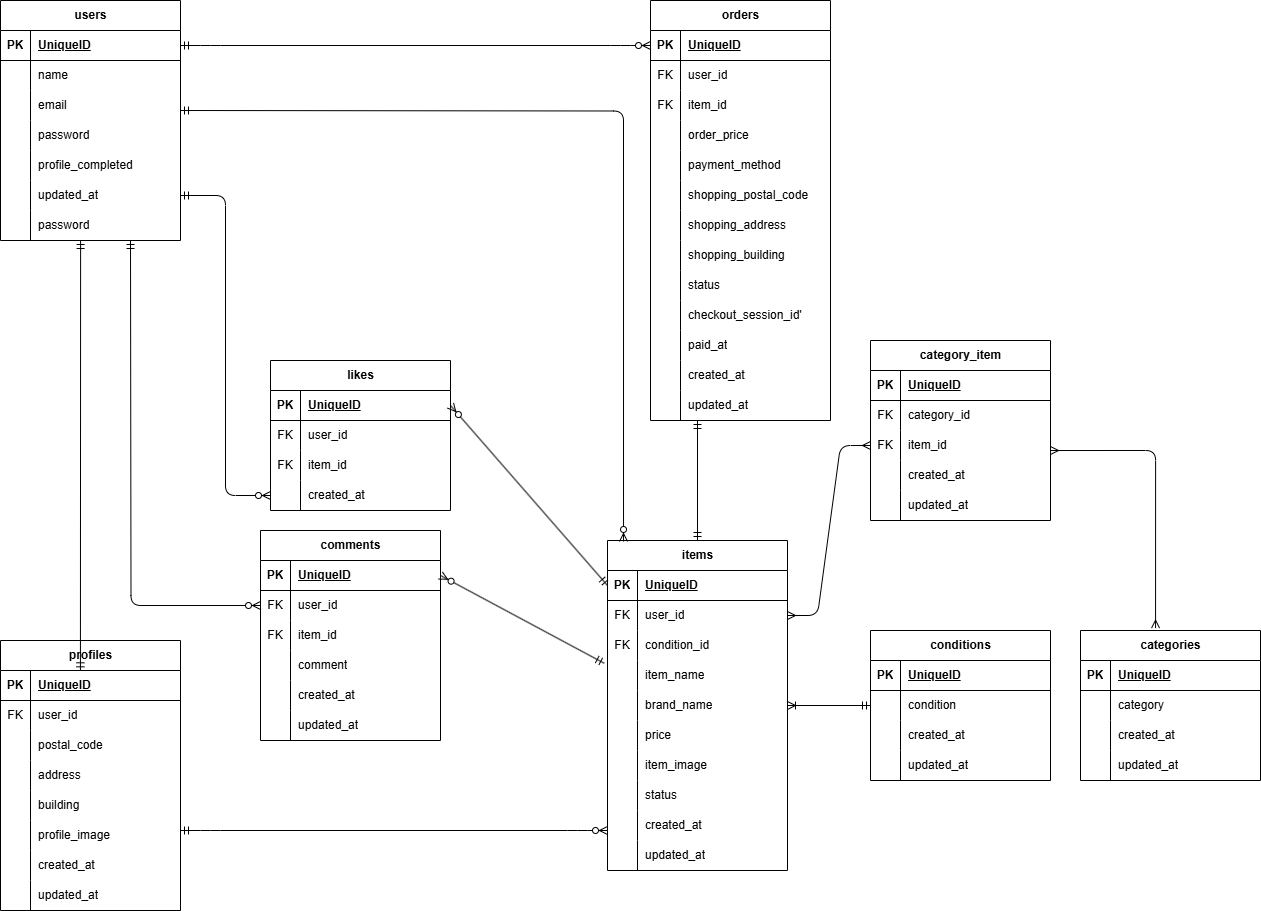
kenta-10043/coachtech-flea keeps this draw.io diagram as flea.drawio.png. Above is the earlier version. Source tidied: cells renumbered, new cells last; positions are measured from the earlier drawing's top-left corner, leaving out a move shared by most shapes.
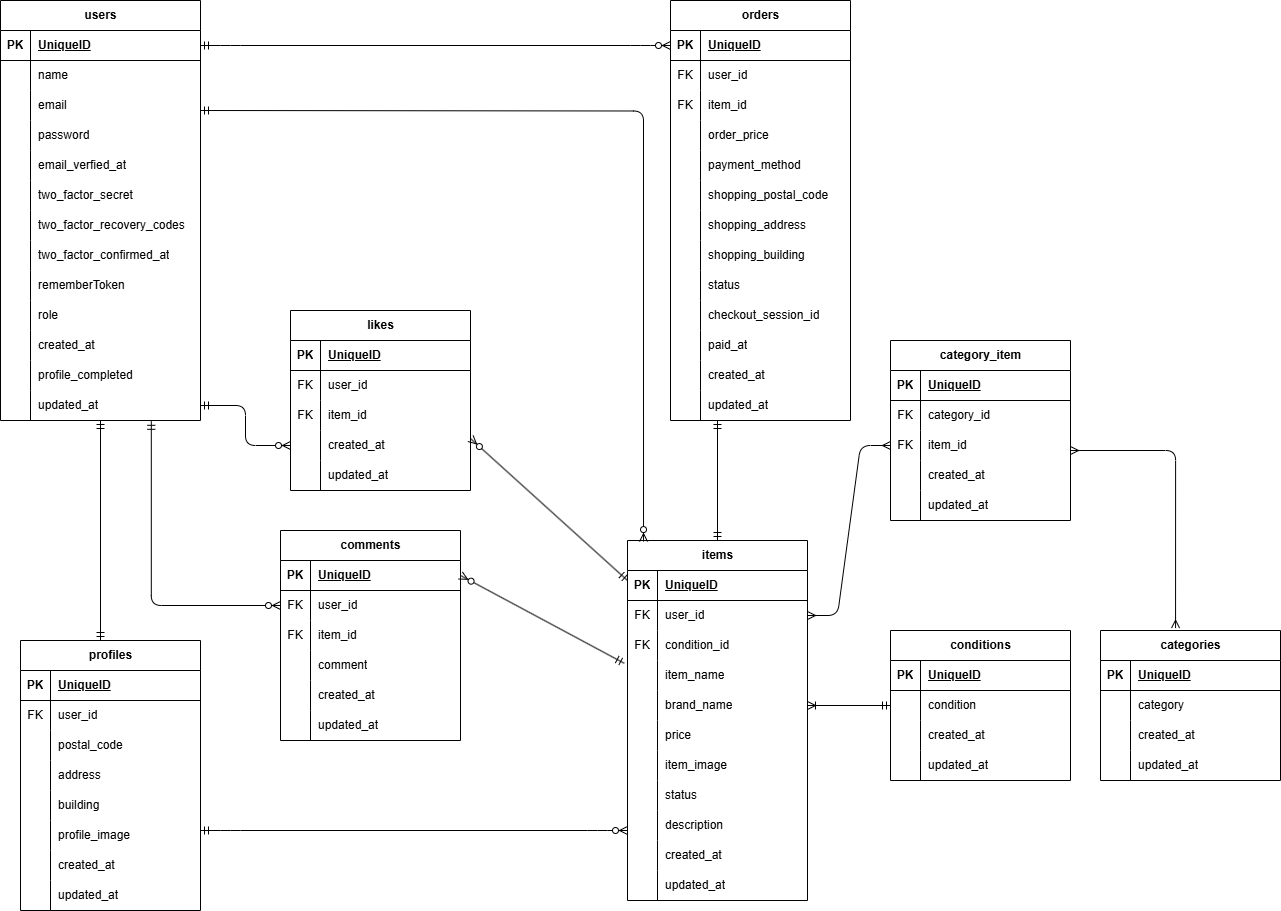
The same file after the commit.

Change to the diagram source:
```diff
@@ -5,6 +5,6 @@
     <mxCell id="2" value="users" style="shape=table;startSize=30;rowLines=0;fontStyle=1;align=center;html=1;" parent="1" vertex="1">
-      <mxGeometry width="180" height="240" as="geometry" />
+      <mxGeometry x="-20" width="200" height="420" as="geometry" />
     </mxCell>
     <mxCell id="3" style="shape=tableRow;horizontal=0;startSize=0;swimlaneHead=0;swimlaneBody=0;fillColor=none;points=[[0,0.5],[1,0.5]];portConstraint=eastwest;top=0;left=0;right=0;bottom=1;" parent="2" vertex="1">
-      <mxGeometry y="30" width="180" height="30" as="geometry" />
+      <mxGeometry y="30" width="200" height="30" as="geometry" />
     </mxCell>
@@ -14,6 +14,6 @@
     <mxCell id="5" value="UniqueID" style="shape=partialRectangle;fillColor=none;top=0;left=0;bottom=0;right=0;align=left;spacingLeft=6;fontStyle=5;overflow=hidden;whiteSpace=wrap;html=1;" parent="3" vertex="1">
-      <mxGeometry x="30" width="150" height="30" as="geometry" />
+      <mxGeometry x="30" width="170" height="30" as="geometry" />
     </mxCell>
     <mxCell id="6" style="shape=tableRow;horizontal=0;startSize=0;swimlaneHead=0;swimlaneBody=0;fillColor=none;top=0;left=0;right=0;bottom=0;" parent="2" vertex="1">
-      <mxGeometry y="60" width="180" height="30" as="geometry" />
+      <mxGeometry y="60" width="200" height="30" as="geometry" />
     </mxCell>
@@ -23,6 +23,6 @@
     <mxCell id="8" value="name" style="shape=partialRectangle;fillColor=none;top=0;left=0;bottom=0;right=0;align=left;spacingLeft=6;overflow=hidden;whiteSpace=wrap;html=1;" parent="6" vertex="1">
-      <mxGeometry x="30" width="150" height="30" as="geometry" />
+      <mxGeometry x="30" width="170" height="30" as="geometry" />
     </mxCell>
     <mxCell id="9" style="shape=tableRow;horizontal=0;startSize=0;swimlaneHead=0;swimlaneBody=0;fillColor=none;top=0;left=0;right=0;bottom=0;" parent="2" vertex="1">
-      <mxGeometry y="90" width="180" height="30" as="geometry" />
+      <mxGeometry y="90" width="200" height="30" as="geometry" />
     </mxCell>
@@ -32,6 +32,6 @@
     <mxCell id="11" value="email" style="shape=partialRectangle;fillColor=none;top=0;left=0;bottom=0;right=0;align=left;spacingLeft=6;overflow=hidden;whiteSpace=wrap;html=1;" parent="9" vertex="1">
-      <mxGeometry x="30" width="150" height="30" as="geometry" />
+      <mxGeometry x="30" width="170" height="30" as="geometry" />
     </mxCell>
     <mxCell id="12" style="shape=tableRow;horizontal=0;startSize=0;swimlaneHead=0;swimlaneBody=0;fillColor=none;top=0;left=0;right=0;bottom=0;" parent="2" vertex="1">
-      <mxGeometry y="120" width="180" height="30" as="geometry" />
+      <mxGeometry y="120" width="200" height="30" as="geometry" />
     </mxCell>
@@ -41,6 +41,69 @@
     <mxCell id="14" value="password" style="shape=partialRectangle;fillColor=none;top=0;left=0;bottom=0;right=0;align=left;spacingLeft=6;overflow=hidden;whiteSpace=wrap;html=1;" parent="12" vertex="1">
-      <mxGeometry x="30" width="150" height="30" as="geometry" />
+      <mxGeometry x="30" width="170" height="30" as="geometry" />
     </mxCell>
+    <mxCell id="206" style="shape=tableRow;horizontal=0;startSize=0;swimlaneHead=0;swimlaneBody=0;fillColor=none;top=0;left=0;right=0;bottom=0;" parent="2" vertex="1">
+      <mxGeometry y="150" width="200" height="30" as="geometry" />
+    </mxCell>
+    <mxCell id="207" style="shape=partialRectangle;fillColor=none;top=0;left=0;bottom=0;right=0;overflow=hidden;whiteSpace=wrap;html=1;" parent="206" vertex="1">
+      <mxGeometry width="30" height="30" as="geometry" />
+    </mxCell>
+    <mxCell id="208" value="email_verfied_at" style="shape=partialRectangle;fillColor=none;top=0;left=0;bottom=0;right=0;align=left;spacingLeft=6;overflow=hidden;whiteSpace=wrap;html=1;" parent="206" vertex="1">
+      <mxGeometry x="30" width="170" height="30" as="geometry" />
+    </mxCell>
+    <mxCell id="209" style="shape=tableRow;horizontal=0;startSize=0;swimlaneHead=0;swimlaneBody=0;fillColor=none;top=0;left=0;right=0;bottom=0;" parent="2" vertex="1">
+      <mxGeometry y="180" width="200" height="30" as="geometry" />
+    </mxCell>
+    <mxCell id="210" style="shape=partialRectangle;fillColor=none;top=0;left=0;bottom=0;right=0;overflow=hidden;whiteSpace=wrap;html=1;" parent="209" vertex="1">
+      <mxGeometry width="30" height="30" as="geometry" />
+    </mxCell>
+    <mxCell id="211" value="two_factor_secret" style="shape=partialRectangle;fillColor=none;top=0;left=0;bottom=0;right=0;align=left;spacingLeft=6;overflow=hidden;whiteSpace=wrap;html=1;" parent="209" vertex="1">
+      <mxGeometry x="30" width="170" height="30" as="geometry" />
+    </mxCell>
+    <mxCell id="212" style="shape=tableRow;horizontal=0;startSize=0;swimlaneHead=0;swimlaneBody=0;fillColor=none;top=0;left=0;right=0;bottom=0;" parent="2" vertex="1">
+      <mxGeometry y="210" width="200" height="30" as="geometry" />
+    </mxCell>
+    <mxCell id="213" style="shape=partialRectangle;fillColor=none;top=0;left=0;bottom=0;right=0;overflow=hidden;whiteSpace=wrap;html=1;" parent="212" vertex="1">
+      <mxGeometry width="30" height="30" as="geometry" />
+    </mxCell>
+    <mxCell id="214" value="two_factor_recovery_codes" style="shape=partialRectangle;fillColor=none;top=0;left=0;bottom=0;right=0;align=left;spacingLeft=6;overflow=hidden;whiteSpace=wrap;html=1;" parent="212" vertex="1">
+      <mxGeometry x="30" width="170" height="30" as="geometry" />
+    </mxCell>
+    <mxCell id="215" style="shape=tableRow;horizontal=0;startSize=0;swimlaneHead=0;swimlaneBody=0;fillColor=none;top=0;left=0;right=0;bottom=0;" parent="2" vertex="1">
+      <mxGeometry y="240" width="200" height="30" as="geometry" />
+    </mxCell>
+    <mxCell id="216" style="shape=partialRectangle;fillColor=none;top=0;left=0;bottom=0;right=0;overflow=hidden;whiteSpace=wrap;html=1;" parent="215" vertex="1">
+      <mxGeometry width="30" height="30" as="geometry" />
+    </mxCell>
+    <mxCell id="217" value="two_factor_confirmed_at" style="shape=partialRectangle;fillColor=none;top=0;left=0;bottom=0;right=0;align=left;spacingLeft=6;overflow=hidden;whiteSpace=wrap;html=1;" parent="215" vertex="1">
+      <mxGeometry x="30" width="170" height="30" as="geometry" />
+    </mxCell>
+    <mxCell id="218" style="shape=tableRow;horizontal=0;startSize=0;swimlaneHead=0;swimlaneBody=0;fillColor=none;top=0;left=0;right=0;bottom=0;" parent="2" vertex="1">
+      <mxGeometry y="270" width="200" height="30" as="geometry" />
+    </mxCell>
+    <mxCell id="219" style="shape=partialRectangle;fillColor=none;top=0;left=0;bottom=0;right=0;overflow=hidden;whiteSpace=wrap;html=1;" parent="218" vertex="1">
+      <mxGeometry width="30" height="30" as="geometry" />
+    </mxCell>
+    <mxCell id="220" value="rememberToken" style="shape=partialRectangle;fillColor=none;top=0;left=0;bottom=0;right=0;align=left;spacingLeft=6;overflow=hidden;whiteSpace=wrap;html=1;" parent="218" vertex="1">
+      <mxGeometry x="30" width="170" height="30" as="geometry" />
+    </mxCell>
+    <mxCell id="221" style="shape=tableRow;horizontal=0;startSize=0;swimlaneHead=0;swimlaneBody=0;fillColor=none;top=0;left=0;right=0;bottom=0;" parent="2" vertex="1">
+      <mxGeometry y="300" width="200" height="30" as="geometry" />
+    </mxCell>
+    <mxCell id="222" style="shape=partialRectangle;fillColor=none;top=0;left=0;bottom=0;right=0;overflow=hidden;whiteSpace=wrap;html=1;" parent="221" vertex="1">
+      <mxGeometry width="30" height="30" as="geometry" />
+    </mxCell>
+    <mxCell id="223" value="role" style="shape=partialRectangle;fillColor=none;top=0;left=0;bottom=0;right=0;align=left;spacingLeft=6;overflow=hidden;whiteSpace=wrap;html=1;" parent="221" vertex="1">
+      <mxGeometry x="30" width="170" height="30" as="geometry" />
+    </mxCell>
+    <mxCell id="21" style="shape=tableRow;horizontal=0;startSize=0;swimlaneHead=0;swimlaneBody=0;fillColor=none;top=0;left=0;right=0;bottom=0;" parent="2" vertex="1">
+      <mxGeometry y="330" width="200" height="30" as="geometry" />
+    </mxCell>
+    <mxCell id="22" style="shape=partialRectangle;fillColor=none;top=0;left=0;bottom=0;right=0;overflow=hidden;whiteSpace=wrap;html=1;" parent="21" vertex="1">
+      <mxGeometry width="30" height="30" as="geometry" />
+    </mxCell>
+    <mxCell id="23" value="created_at" style="shape=partialRectangle;fillColor=none;top=0;left=0;bottom=0;right=0;align=left;spacingLeft=6;overflow=hidden;whiteSpace=wrap;html=1;" parent="21" vertex="1">
+      <mxGeometry x="30" width="170" height="30" as="geometry" />
+    </mxCell>
     <mxCell id="15" style="shape=tableRow;horizontal=0;startSize=0;swimlaneHead=0;swimlaneBody=0;fillColor=none;top=0;left=0;right=0;bottom=0;" parent="2" vertex="1">
-      <mxGeometry y="150" width="180" height="30" as="geometry" />
+      <mxGeometry y="360" width="200" height="30" as="geometry" />
     </mxCell>
@@ -50,6 +113,6 @@
     <mxCell id="17" value="profile_completed" style="shape=partialRectangle;fillColor=none;top=0;left=0;bottom=0;right=0;align=left;spacingLeft=6;overflow=hidden;whiteSpace=wrap;html=1;" parent="15" vertex="1">
-      <mxGeometry x="30" width="150" height="30" as="geometry" />
+      <mxGeometry x="30" width="170" height="30" as="geometry" />
     </mxCell>
     <mxCell id="18" style="shape=tableRow;horizontal=0;startSize=0;swimlaneHead=0;swimlaneBody=0;fillColor=none;points=[[0,0.5],[1,0.5]];portConstraint=eastwest;top=0;left=0;right=0;bottom=0;" parent="2" vertex="1">
-      <mxGeometry y="180" width="180" height="30" as="geometry" />
+      <mxGeometry y="390" width="200" height="30" as="geometry" />
     </mxCell>
@@ -59,13 +122,4 @@
     <mxCell id="20" value="updated_at" style="shape=partialRectangle;fillColor=none;top=0;left=0;bottom=0;right=0;align=left;spacingLeft=6;overflow=hidden;whiteSpace=wrap;html=1;" parent="18" vertex="1">
-      <mxGeometry x="30" width="150" height="30" as="geometry" />
+      <mxGeometry x="30" width="170" height="30" as="geometry" />
     </mxCell>
-    <mxCell id="21" style="shape=tableRow;horizontal=0;startSize=0;swimlaneHead=0;swimlaneBody=0;fillColor=none;top=0;left=0;right=0;bottom=0;" parent="2" vertex="1">
-      <mxGeometry y="210" width="180" height="30" as="geometry" />
-    </mxCell>
-    <mxCell id="22" style="shape=partialRectangle;fillColor=none;top=0;left=0;bottom=0;right=0;overflow=hidden;whiteSpace=wrap;html=1;" parent="21" vertex="1">
-      <mxGeometry width="30" height="30" as="geometry" />
-    </mxCell>
-    <mxCell id="23" value="password" style="shape=partialRectangle;fillColor=none;top=0;left=0;bottom=0;right=0;align=left;spacingLeft=6;overflow=hidden;whiteSpace=wrap;html=1;" parent="21" vertex="1">
-      <mxGeometry x="30" width="150" height="30" as="geometry" />
-    </mxCell>
     <mxCell id="24" value="orders" style="shape=table;startSize=30;rowLines=0;fontStyle=1;align=center;html=1;" parent="1" vertex="1">
@@ -160,3 +214,3 @@
     </mxCell>
-    <mxCell id="54" value="checkout_session_id'" style="shape=partialRectangle;fillColor=none;top=0;left=0;bottom=0;right=0;align=left;spacingLeft=6;overflow=hidden;whiteSpace=wrap;html=1;" parent="52" vertex="1">
+    <mxCell id="54" value="checkout_session_id" style="shape=partialRectangle;fillColor=none;top=0;left=0;bottom=0;right=0;align=left;spacingLeft=6;overflow=hidden;whiteSpace=wrap;html=1;" parent="52" vertex="1">
       <mxGeometry x="30" width="150" height="30" as="geometry" />
@@ -344,3 +398,3 @@
     <mxCell id="115" value="likes" style="shape=table;startSize=30;rowLines=0;fontStyle=1;align=center;html=1;" parent="1" vertex="1">
-      <mxGeometry x="270" y="360" width="180" height="150" as="geometry" />
+      <mxGeometry x="270" y="310" width="180" height="180" as="geometry" />
     </mxCell>
@@ -382,2 +436,11 @@
     </mxCell>
+    <mxCell id="224" style="shape=tableRow;horizontal=0;startSize=0;swimlaneHead=0;swimlaneBody=0;fillColor=none;top=0;left=0;right=0;bottom=0;" parent="115" vertex="1">
+      <mxGeometry y="150" width="180" height="30" as="geometry" />
+    </mxCell>
+    <mxCell id="225" style="shape=partialRectangle;fillColor=none;top=0;left=0;bottom=0;right=0;overflow=hidden;whiteSpace=wrap;html=1;" parent="224" vertex="1">
+      <mxGeometry width="30" height="30" as="geometry" />
+    </mxCell>
+    <mxCell id="226" value="&lt;span style=&quot;color: rgb(0, 0, 0);&quot;&gt;updated_at&lt;/span&gt;" style="shape=partialRectangle;fillColor=none;top=0;left=0;bottom=0;right=0;align=left;spacingLeft=6;overflow=hidden;whiteSpace=wrap;html=1;" parent="224" vertex="1">
+      <mxGeometry x="30" width="150" height="30" as="geometry" />
+    </mxCell>
     <mxCell id="128" value="comments" style="shape=table;startSize=30;rowLines=0;fontStyle=1;align=center;html=1;" parent="1" vertex="1">
@@ -439,6 +502,6 @@
     </mxCell>
-    <mxCell id="147" style="fontSize=12;html=1;endArrow=ERmandOne;startArrow=ERmandOne;exitX=0.444;exitY=0;exitDx=0;exitDy=0;exitPerimeter=0;entryX=0.445;entryY=0.99;entryDx=0;entryDy=0;entryPerimeter=0;" parent="1" edge="1">
+    <mxCell id="147" style="fontSize=12;html=1;endArrow=ERmandOne;startArrow=ERmandOne;" parent="1" edge="1">
       <mxGeometry relative="1" as="geometry">
-        <mxPoint x="79.9" y="670.3" as="sourcePoint" />
-        <mxPoint x="80.1" y="240" as="targetPoint" />
+        <mxPoint x="80" y="640" as="sourcePoint" />
+        <mxPoint x="80" y="420" as="targetPoint" />
       </mxGeometry>
@@ -468,4 +531,6 @@
     </mxCell>
-    <mxCell id="150" style="fontSize=12;html=1;endArrow=ERzeroToMany;startArrow=ERmandOne;entryX=1;entryY=0.5;entryDx=0;entryDy=0;exitX=0;exitY=0.5;exitDx=0;exitDy=0;" parent="1" edge="1" source="170" target="116">
-      <mxGeometry relative="1" as="geometry" />
+    <mxCell id="150" style="fontSize=12;html=1;endArrow=ERzeroToMany;startArrow=ERmandOne;entryX=1;entryY=0.267;entryDx=0;entryDy=0;exitX=0;exitY=0.5;exitDx=0;exitDy=0;entryPerimeter=0;" parent="1" edge="1" target="125">
+      <mxGeometry relative="1" as="geometry">
+        <mxPoint x="607" y="580" as="sourcePoint" />
+      </mxGeometry>
     </mxCell>
@@ -528,3 +593,3 @@
     <mxCell id="169" value="items" style="shape=table;startSize=30;rowLines=0;fontStyle=1;align=center;html=1;" parent="1" vertex="1">
-      <mxGeometry x="607" y="540" width="180" height="330" as="geometry" />
+      <mxGeometry x="607" y="540" width="180" height="360" as="geometry" />
     </mxCell>
@@ -602,4 +667,13 @@
     </mxCell>
+    <mxCell id="227" style="shape=tableRow;horizontal=0;startSize=0;swimlaneHead=0;swimlaneBody=0;fillColor=none;top=0;left=0;right=0;bottom=0;" parent="169" vertex="1">
+      <mxGeometry y="270" width="180" height="30" as="geometry" />
+    </mxCell>
+    <mxCell id="228" style="shape=partialRectangle;fillColor=none;top=0;left=0;bottom=0;right=0;overflow=hidden;whiteSpace=wrap;html=1;" parent="227" vertex="1">
+      <mxGeometry width="30" height="30" as="geometry" />
+    </mxCell>
+    <mxCell id="229" value="&lt;span style=&quot;color: rgb(0, 0, 0);&quot;&gt;description&lt;/span&gt;" style="shape=partialRectangle;fillColor=none;top=0;left=0;bottom=0;right=0;align=left;spacingLeft=6;overflow=hidden;whiteSpace=wrap;html=1;" parent="227" vertex="1">
+      <mxGeometry x="30" width="150" height="30" as="geometry" />
+    </mxCell>
     <mxCell id="194" style="shape=tableRow;horizontal=0;startSize=0;swimlaneHead=0;swimlaneBody=0;fillColor=none;top=0;left=0;right=0;bottom=0;" parent="169" vertex="1">
-      <mxGeometry y="270" width="180" height="30" as="geometry" />
+      <mxGeometry y="300" width="180" height="30" as="geometry" />
     </mxCell>
@@ -612,3 +686,3 @@
     <mxCell id="197" style="shape=tableRow;horizontal=0;startSize=0;swimlaneHead=0;swimlaneBody=0;fillColor=none;top=0;left=0;right=0;bottom=0;" parent="169" vertex="1">
-      <mxGeometry y="300" width="180" height="30" as="geometry" />
+      <mxGeometry y="330" width="180" height="30" as="geometry" />
     </mxCell>
@@ -623,6 +697,4 @@
     </mxCell>
-    <mxCell id="201" style="edgeStyle=orthogonalEdgeStyle;fontSize=12;html=1;endArrow=ERzeroToMany;startArrow=ERmandOne;exitX=0.767;exitY=0.973;exitDx=0;exitDy=0;exitPerimeter=0;" parent="1" edge="1" target="132">
-      <mxGeometry relative="1" as="geometry">
-        <mxPoint x="130" y="240" as="sourcePoint" />
-      </mxGeometry>
+    <mxCell id="201" style="edgeStyle=orthogonalEdgeStyle;fontSize=12;html=1;endArrow=ERzeroToMany;startArrow=ERmandOne;exitX=0.754;exitY=1.027;exitDx=0;exitDy=0;exitPerimeter=0;" parent="1" edge="1" source="18" target="132">
+      <mxGeometry relative="1" as="geometry" />
     </mxCell>
```
